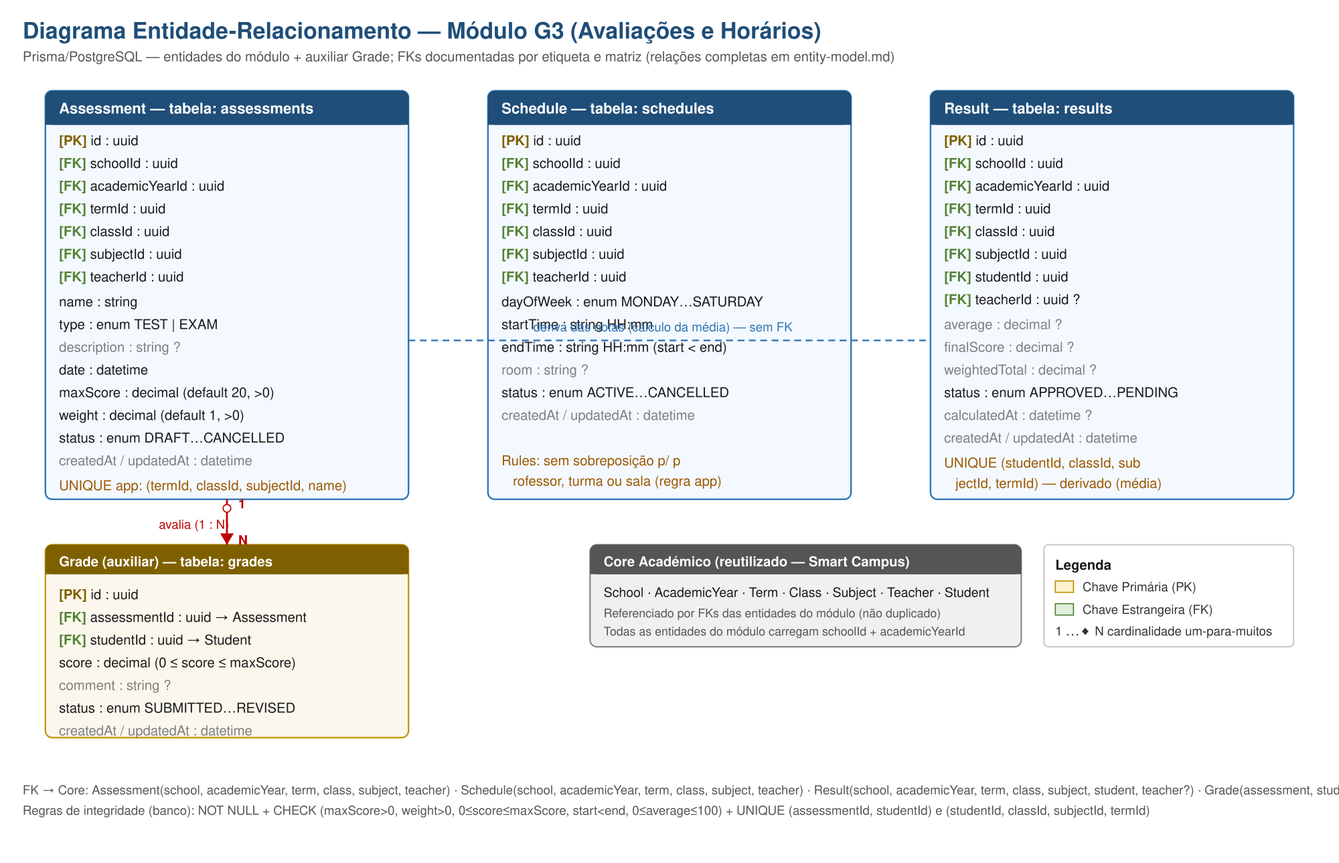
Above: docs/diagrams/er-diagram.png in jocarelias/API-MODULO-3-AURA-JOCAR (Mermaid), before the change. Its source is kept beside it as docs/diagrams/er-diagram.mmd.
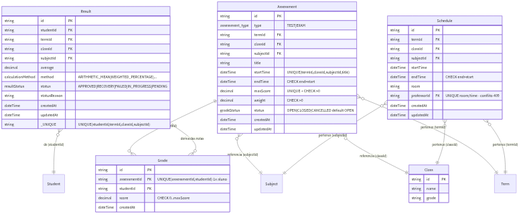
After the change.

Diff of the diagram source:
```diff
@@ -1,12 +1,17 @@
 erDiagram
+    "Class" {
+        string id PK
+        string name
+        string grade
+    }
     Assessment ||--o{ Grade : "tem (assessmentId)"
     Assessment }o--|| Term : "pertence (termId)"
-    Assessment }o--|| Class : "referencia (classId)"
+    Assessment }o--|| "Class" : "referencia (classId)"
     Assessment }o--|| Subject : "referencia (subjectId)"
     Result ||--o{ Grade : "deriva das notas"
     Result }o--|| Student : "de (studentId)"
     Schedule }o--|| Term : "pertence (termId)"
-    Schedule }o--|| Class : "pertence (classId)"
+    Schedule }o--|| "Class" : "pertence (classId)"
     Schedule }o--|| Subject : "pertence (subjectId)"
 
     Assessment {
@@ -40,6 +45,7 @@
         string classId FK
         string subjectId FK
         decimal average
+        calculationMethod method "ARITHMETIC_MEAN|WEIGHTED_PERCENTAGE|..."
         resultStatus status "APPROVED|RECOVERY|FAILED|IN_PROGRESS|PENDING"
         string statusReason
         dateTime createdAt
```
